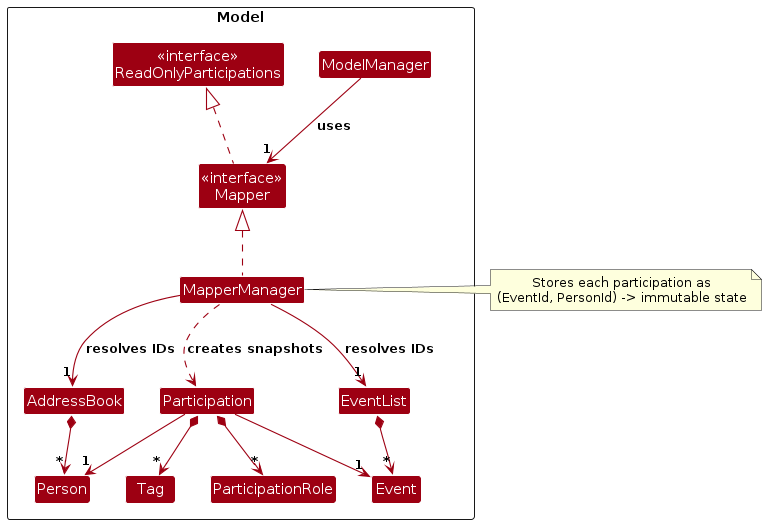
The PlantUML diagram diagrams/ParticipationMappingClassDiagram.png in AY2627S1-CS2103-F12-4/tp, before a commit. Its source is kept beside it as diagrams/ParticipationMappingClassDiagram.puml.
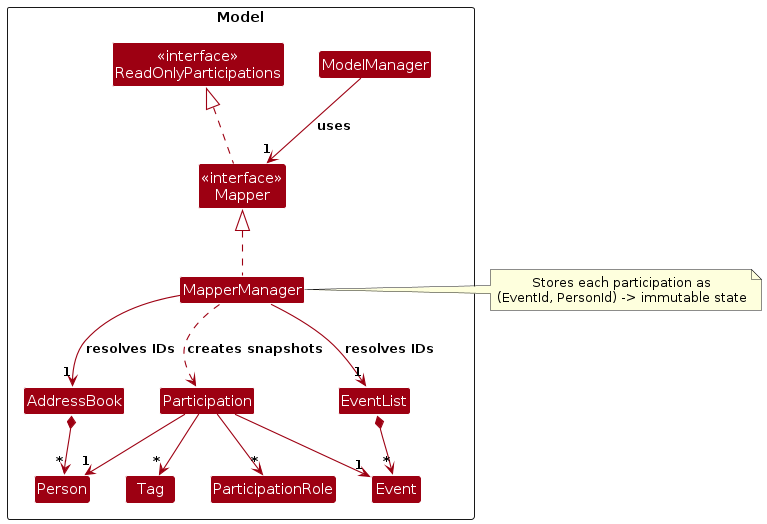
After the commit.

Change to the diagram source:
```diff
@@ -29,8 +29,8 @@
 AddressBook *--> "*" Person
 Participation --> "1" Event
 Participation --> "1" Person
-Participation *--> "*" Tag
-Participation *--> "*" ParticipationRole
+Participation --> "*" Tag
+Participation --> "*" ParticipationRole
 
 note right of MapperManager
   Stores each participation as
```
